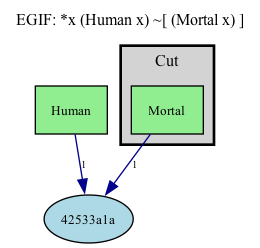
The Graphviz diagram visual_output/peirce_implication.png in mijahauan/Arisbe, before a commit. Its source is kept beside it as visual_output/peirce_implication.dot.
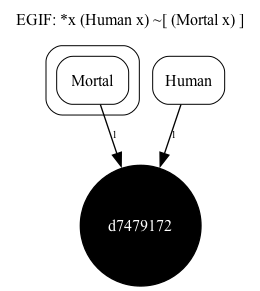
The same diagram one commit later.

Change to the diagram source:
```diff
@@ -1,24 +1,25 @@
 digraph EG {
   rankdir=TB;
   compound=true;
-  node [fontsize=10];
+  node [fontsize=12, fontname="Times-Roman"];
+  edge [penwidth=1.00, color=black];
 
   label="EGIF: *x (Human x) ~[ (Mortal x) ]";
   labelloc="t";
   fontsize=12;
 
-  "pred_e_3f1ea4dc" [label="Human", shape=box, style=filled, fillcolor=lightgreen];
-  "pred_e_1de19ab6" [label="Mortal", shape=box, style=filled, fillcolor=lightgreen];
-  "Vertex(id='v_42533a1a', label=None, is_generic=True)" [label="42533a1a", shape=ellipse, style=filled, fillcolor=lightblue];
+  "pred_e_286ddfdb" [label="Mortal", shape=box, style=rounded, penwidth=0.75, fontname="Times-Roman"];
+  "pred_e_116c1679" [label="Human", shape=box, style=rounded, penwidth=0.75, fontname="Times-Roman"];
+  "Vertex(id='v_d7479172', label=None, is_generic=True)" [label="d7479172", shape=circle, width=0.069, height=0.069, style=filled, fillcolor=black, fontcolor=white, fontname="Times-Roman"];
   subgraph cluster_0_0 {
-    label="Cut";
-    style=filled;
-    fillcolor=lightgray;
+    label="";
+    style="rounded,filled";
+    fillcolor=white;
     color=black;
-    penwidth=2;
-    "pred_e_1de19ab6";
+    penwidth=0.75;
+    "pred_e_286ddfdb";
   }
 
-  "pred_e_3f1ea4dc" -> "Vertex(id='v_42533a1a', label=None, is_generic=True)" [label="1", color=darkblue, fontsize=8];
-  "pred_e_1de19ab6" -> "Vertex(id='v_42533a1a', label=None, is_generic=True)" [label="1", color=darkblue, fontsize=8];
+  "pred_e_286ddfdb" -> "Vertex(id='v_d7479172', label=None, is_generic=True)" [label="1", color=black, penwidth=1.00, fontsize=8, fontname="Times-Roman"];
+  "pred_e_116c1679" -> "Vertex(id='v_d7479172', label=None, is_generic=True)" [label="1", color=black, penwidth=1.00, fontsize=8, fontname="Times-Roman"];
 }
```
